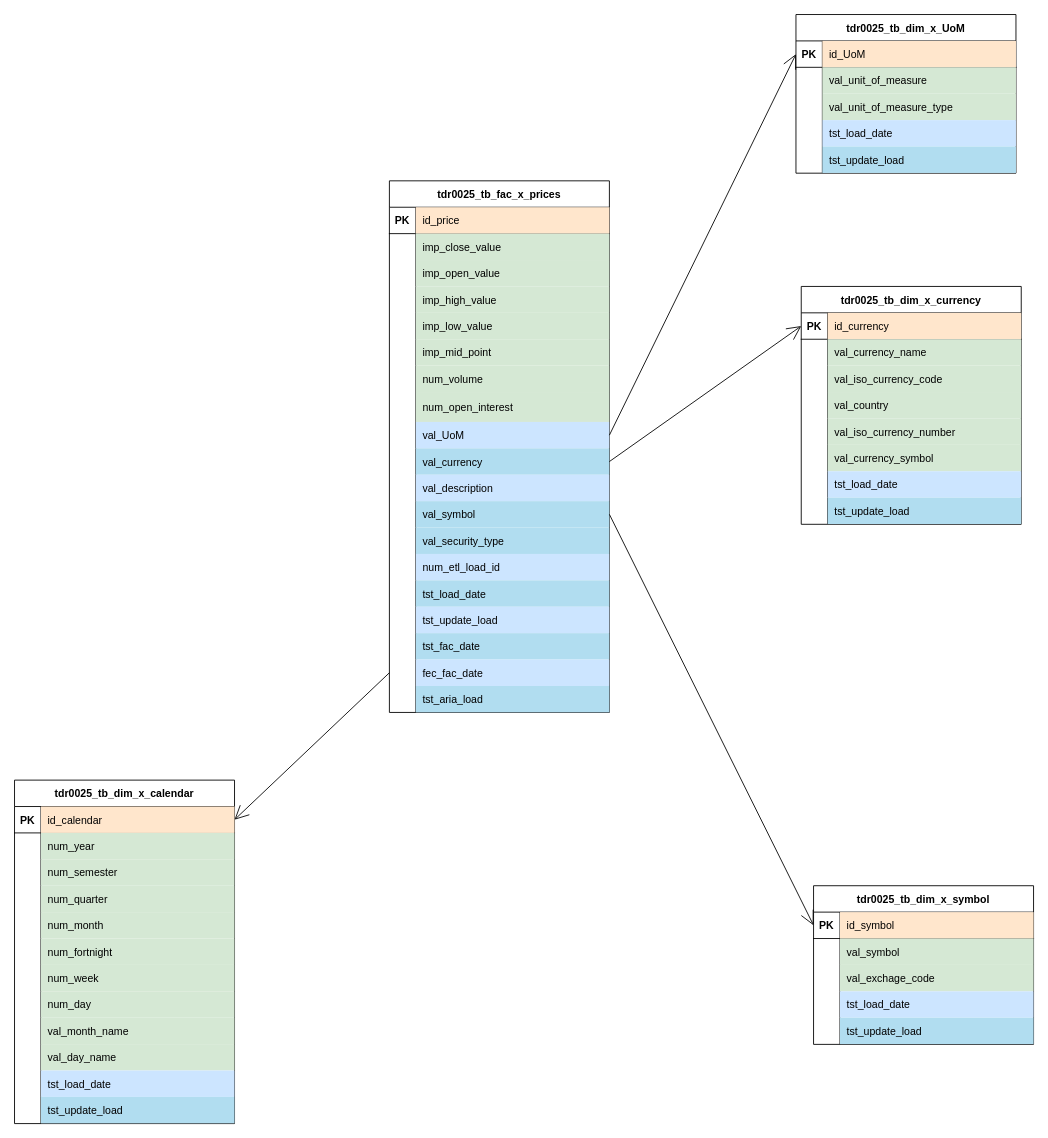
Above: ModeloDatosMiniPoc.drawio in robertoOlmedo/TDDPublic (draw.io), before the change. Source tidied: cells renumbered, new cells numbered last; positions are measured from the earlier drawing's top-left corner, leaving out a move shared by most shapes. Both pictures are drawn from the tidied source at 88%, with x=0, y=0 at pixel (14, 14).
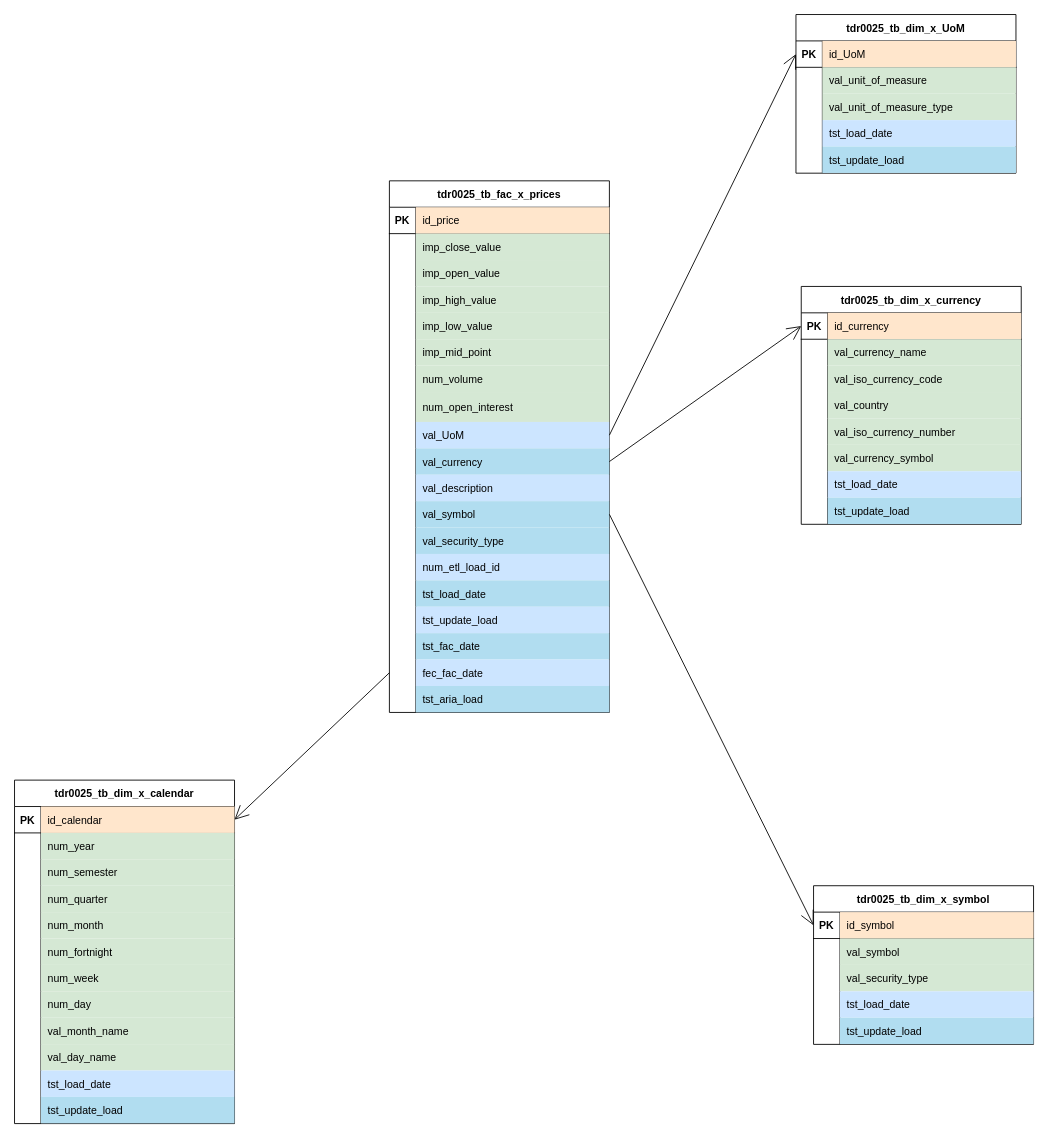
The same page after the edit.

Commit message:
Añadido security type a symbol y borrado exchangecode

Unchanged cells that the change refers to:
```xml
<mxCell id="108" style="shape=partialRectangle;fillColor=none;top=0;left=0;right=0;bottom=0;rounded=0;" parent="101" vertex="1">
  <mxGeometry y="90" width="250" height="30" as="geometry" />
</mxCell>
```

What changed in the source:
```diff
@@
-    <mxCell id="110" value="val_exchage_code" style="shape=partialRectangle;overflow=hidden;fillColor=#d5e8d4;top=0;left=0;bottom=0;right=0;align=left;spacingLeft=6;strokeColor=#82b366;perimeterSpacing=1;rounded=0;" parent="108" vertex="1">
+    <mxCell id="110" value="val_security_type" style="shape=partialRectangle;overflow=hidden;fillColor=#d5e8d4;top=0;left=0;bottom=0;right=0;align=left;spacingLeft=6;strokeColor=#82b366;perimeterSpacing=1;rounded=0;" parent="108" vertex="1">
       <mxGeometry x="30" width="220" height="30" as="geometry" />
     </mxCell>
```
